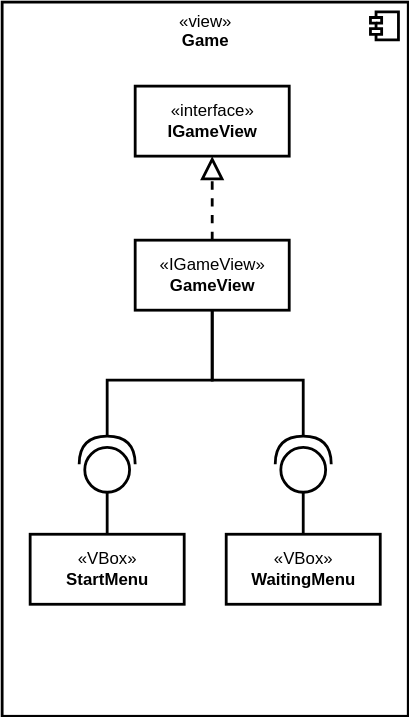
Above: docs/application/diagrams/GameViewClassDiagram.drawio.svg in HaniAlshikh/tron (draw.io), before the change. Source tidied: cells renumbered, new cells last; positions are measured from the earlier drawing's top-left corner, leaving out a move shared by most shapes.
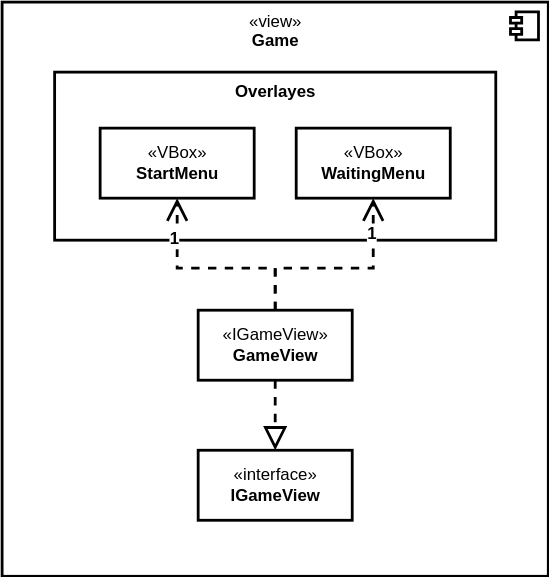
The same file after the commit.

What changed in the source:
```diff
@@ -3,56 +3,56 @@
     <mxCell id="0" />
     <mxCell id="1" parent="0" />
     <mxCell id="2" value="«view»&lt;b&gt;&lt;br&gt;Game&lt;/b&gt;" style="html=1;strokeWidth=2;align=center;verticalAlign=top;" parent="1" vertex="1">
-      <mxGeometry width="290" height="510" as="geometry" />
+      <mxGeometry x="-50" y="240" width="390" height="410" as="geometry" />
     </mxCell>
     <mxCell id="3" style="shape=module;jettyWidth=8;jettyHeight=4;strokeWidth=2;align=center;verticalAlign=middle;" parent="2" vertex="1">
       <mxGeometry x="1" width="20" height="20" relative="1" as="geometry">
         <mxPoint x="-27" y="7" as="offset" />
       </mxGeometry>
     </mxCell>
+    <mxCell id="15" value="&lt;b&gt;Overlayes&lt;/b&gt;" style="html=1;strokeWidth=2;align=center;verticalAlign=top;" parent="1" vertex="1">
+      <mxGeometry x="-12.5" y="290" width="315" height="120" as="geometry" />
+    </mxCell>
     <mxCell id="4" value="«interface»&lt;br&gt;&lt;b&gt;IGameView&lt;/b&gt;" style="html=1;strokeWidth=2;" parent="1" vertex="1">
-      <mxGeometry x="95" y="60" width="110" height="50" as="geometry" />
+      <mxGeometry x="90" y="560" width="110" height="50" as="geometry" />
     </mxCell>
+    <mxCell id="16" style="edgeStyle=orthogonalEdgeStyle;shape=connector;rounded=0;html=1;dashed=1;labelBackgroundColor=default;fontFamily=Helvetica;fontSize=11;fontColor=default;endArrow=open;endSize=12;strokeColor=default;strokeWidth=2;" parent="1" edge="1" source="5" target="11">
+      <mxGeometry relative="1" as="geometry">
+        <Array as="points">
+          <mxPoint x="145" y="430" />
+          <mxPoint x="215" y="430" />
+        </Array>
+      </mxGeometry>
+    </mxCell>
+    <mxCell id="17" value="&lt;b&gt;&lt;font style=&quot;font-size: 12px&quot;&gt;1&lt;/font&gt;&lt;/b&gt;" style="edgeLabel;html=1;align=center;verticalAlign=middle;fontSize=11;fontFamily=Helvetica;fontColor=default;" parent="16" vertex="1">
+      <mxGeometry x="0.62" y="1" relative="1" as="geometry">
+        <mxPoint y="-3" as="offset" />
+      </mxGeometry>
+    </mxCell>
     <mxCell id="5" value="«IGameView»&lt;br&gt;&lt;b&gt;GameView&lt;/b&gt;" style="html=1;strokeWidth=2;" parent="1" vertex="1">
-      <mxGeometry x="95" y="170" width="110" height="50" as="geometry" />
+      <mxGeometry x="90" y="460" width="110" height="50" as="geometry" />
     </mxCell>
     <mxCell id="6" style="endArrow=block;dashed=1;endFill=0;endSize=12;html=1;fontSize=12;strokeWidth=2;" parent="1" edge="1" source="5" target="4">
       <mxGeometry relative="1" as="geometry" />
     </mxCell>
-    <mxCell id="7" style="edgeStyle=orthogonalEdgeStyle;shape=connector;rounded=0;html=1;entryX=0.5;entryY=1;entryDx=0;entryDy=0;labelBackgroundColor=default;fontFamily=Helvetica;fontSize=11;fontColor=default;endArrow=none;endFill=0;strokeColor=default;strokeWidth=2;" parent="1" edge="1" source="8" target="5">
-      <mxGeometry relative="1" as="geometry">
-        <Array as="points">
-          <mxPoint x="75" y="270" />
-          <mxPoint x="150" y="270" />
-        </Array>
-      </mxGeometry>
-    </mxCell>
-    <mxCell id="8" style="shape=providedRequiredInterface;html=1;verticalLabelPosition=bottom;strokeWidth=2;direction=south;flipV=1;" parent="1" vertex="1">
-      <mxGeometry x="55" y="310" width="40" height="40" as="geometry" />
-    </mxCell>
-    <mxCell id="9" style="html=1;entryX=0;entryY=0.5;entryDx=0;entryDy=0;entryPerimeter=0;strokeWidth=2;strokeColor=default;rounded=0;edgeStyle=orthogonalEdgeStyle;endArrow=none;endFill=0;" parent="1" edge="1" source="10" target="8">
-      <mxGeometry relative="1" as="geometry" />
-    </mxCell>
     <mxCell id="10" value="«VBox»&lt;br&gt;&lt;b&gt;StartMenu&lt;/b&gt;" style="html=1;strokeWidth=2;" parent="1" vertex="1">
-      <mxGeometry x="20" y="380" width="110" height="50" as="geometry" />
+      <mxGeometry x="20" y="330" width="110" height="50" as="geometry" />
     </mxCell>
     <mxCell id="11" value="«VBox»&lt;br&gt;&lt;b&gt;WaitingMenu&lt;/b&gt;" style="html=1;strokeWidth=2;" parent="1" vertex="1">
-      <mxGeometry x="160" y="380" width="110" height="50" as="geometry" />
+      <mxGeometry x="160" y="330" width="110" height="50" as="geometry" />
     </mxCell>
-    <mxCell id="12" style="edgeStyle=orthogonalEdgeStyle;shape=connector;rounded=0;html=1;labelBackgroundColor=default;fontFamily=Helvetica;fontSize=11;fontColor=default;endArrow=none;endFill=0;strokeColor=default;strokeWidth=2;" parent="1" edge="1" source="14">
-      <mxGeometry relative="1" as="geometry">
-        <mxPoint x="150" y="220" as="targetPoint" />
-        <Array as="points">
-          <mxPoint x="215" y="270" />
-          <mxPoint x="150" y="270" />
-        </Array>
-      </mxGeometry>
-    </mxCell>
-    <mxCell id="13" style="edgeStyle=orthogonalEdgeStyle;shape=connector;rounded=0;html=1;labelBackgroundColor=default;fontFamily=Helvetica;fontSize=11;fontColor=default;endArrow=none;endFill=0;strokeColor=default;strokeWidth=2;" parent="1" edge="1" source="14" target="11">
-      <mxGeometry relative="1" as="geometry" />
-    </mxCell>
-    <mxCell id="14" style="shape=providedRequiredInterface;html=1;verticalLabelPosition=bottom;strokeWidth=2;direction=south;flipV=1;" parent="1" vertex="1">
-      <mxGeometry x="195" y="310" width="40" height="40" as="geometry" />
-    </mxCell>
+    <mxCell id="18" style="endArrow=open;endSize=12;dashed=1;html=1;strokeWidth=2;edgeStyle=orthogonalEdgeStyle;rounded=0;" parent="1" edge="1" source="5" target="10">
+      <mxGeometry relative="1" as="geometry">
+        <Array as="points">
+          <mxPoint x="145" y="430" />
+          <mxPoint x="75" y="430" />
+        </Array>
+      </mxGeometry>
+    </mxCell>
+    <mxCell id="19" value="&lt;b&gt;1&lt;/b&gt;" style="edgeLabel;html=1;align=center;verticalAlign=middle;fontSize=12;fontFamily=Helvetica;fontColor=default;" parent="18" vertex="1">
+      <mxGeometry x="0.64" y="1" relative="1" as="geometry">
+        <mxPoint x="-1" y="1" as="offset" />
+      </mxGeometry>
+    </mxCell>
   </root>
 </mxGraphModel>
```
